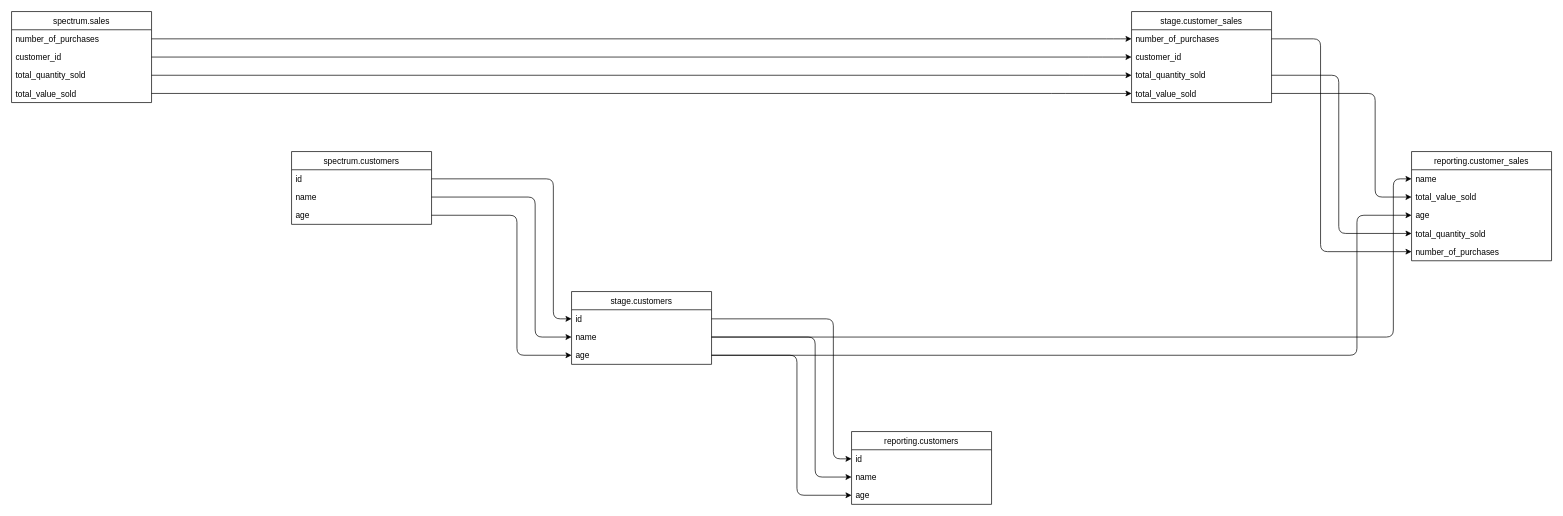
The draw.io diagram outputs/output.drawio in domherriott/sqlinks, before the edit. Source tidied: cells renumbered, new cells numbered last; positions are measured from the earlier drawing's top-left corner, leaving out a move shared by most shapes. Both pictures are drawn from the tidied source at 70%, with x=0, y=0 at pixel (11, 11).
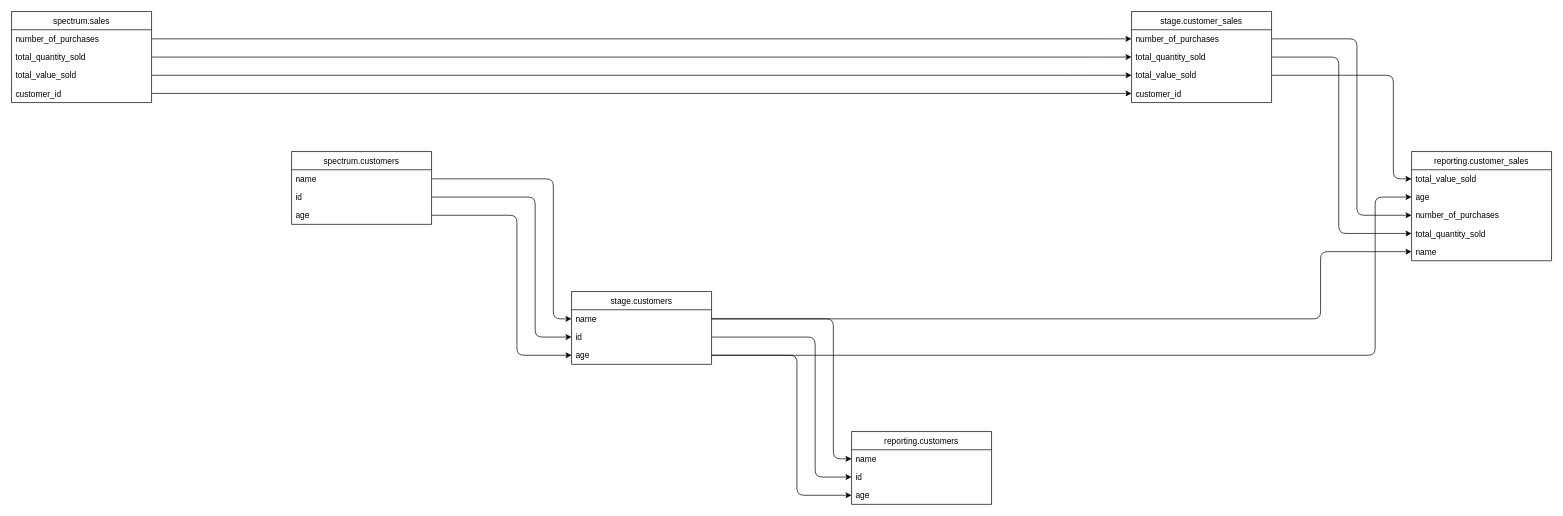
Above is the later version.

The change refers to these unchanged cells:
```xml
<mxCell id="2" value="reporting.customers" style="swimlane;fontStyle=0;horizontal=1;startSize=26;fillColor=none;" parent="1" vertex="1">
  <mxGeometry x="1200" y="600" width="200" height="104" as="geometry" />
</mxCell>
<mxCell id="9" value="stage.customers" style="swimlane;fontStyle=0;horizontal=1;startSize=26;fillColor=none;" parent="1" vertex="1">
  <mxGeometry x="800" y="400" width="200" height="104" as="geometry" />
</mxCell>
<mxCell id="14" value="age" style="text;strokeColor=none;fillColor=none;align=left;verticalAlign=top;spacingLeft=4;spacingRight=4;overflow=hidden;points=[[0,0.5],[1,0.5]];portConstraint=eastwest;" parent="9" vertex="1">
  <mxGeometry y="78" width="200" height="26" as="geometry" />
</mxCell>
<mxCell id="16" value="stage.customer_sales" style="swimlane;fontStyle=0;horizontal=1;startSize=26;fillColor=none;" parent="1" vertex="1">
  <mxGeometry x="1600" width="200" height="130" as="geometry" />
</mxCell>
<mxCell id="17" value="number_of_purchases" style="text;strokeColor=none;fillColor=none;align=left;verticalAlign=top;spacingLeft=4;spacingRight=4;overflow=hidden;points=[[0,0.5],[1,0.5]];portConstraint=eastwest;" parent="16" vertex="1">
  <mxGeometry y="26" width="200" height="26" as="geometry" />
</mxCell>
<mxCell id="25" value="spectrum.sales" style="swimlane;fontStyle=0;horizontal=1;startSize=26;fillColor=none;" parent="1" vertex="1">
  <mxGeometry width="200" height="130" as="geometry" />
</mxCell>
<mxCell id="30" value="spectrum.customers" style="swimlane;fontStyle=0;horizontal=1;startSize=26;fillColor=none;" parent="1" vertex="1">
  <mxGeometry x="400" y="200" width="200" height="104" as="geometry" />
</mxCell>
<mxCell id="34" value="reporting.customer_sales" style="swimlane;fontStyle=0;horizontal=1;startSize=26;fillColor=none;" parent="1" vertex="1">
  <mxGeometry x="2000" y="200" width="200" height="156" as="geometry" />
</mxCell>
<mxCell id="41" value="total_quantity_sold" style="text;strokeColor=none;fillColor=none;align=left;verticalAlign=top;spacingLeft=4;spacingRight=4;overflow=hidden;points=[[0,0.5],[1,0.5]];portConstraint=eastwest;" parent="34" vertex="1">
  <mxGeometry y="104" width="200" height="26" as="geometry" />
</mxCell>
```

Diff of the diagram source:
```diff
@@
-    <mxCell id="3" value="id" style="text;strokeColor=none;fillColor=none;align=left;verticalAlign=top;spacingLeft=4;spacingRight=4;overflow=hidden;points=[[0,0.5],[1,0.5]];portConstraint=eastwest;" parent="2" vertex="1">
+    <mxCell id="3" value="name" style="text;strokeColor=none;fillColor=none;align=left;verticalAlign=top;spacingLeft=4;spacingRight=4;overflow=hidden;points=[[0,0.5],[1,0.5]];portConstraint=eastwest;" parent="2" vertex="1">
       <mxGeometry y="26" width="200" height="26" as="geometry" />
     </mxCell>
@@
-    <mxCell id="5" value="name" style="text;strokeColor=none;fillColor=none;align=left;verticalAlign=top;spacingLeft=4;spacingRight=4;overflow=hidden;points=[[0,0.5],[1,0.5]];portConstraint=eastwest;" parent="2" vertex="1">
+    <mxCell id="5" value="id" style="text;strokeColor=none;fillColor=none;align=left;verticalAlign=top;spacingLeft=4;spacingRight=4;overflow=hidden;points=[[0,0.5],[1,0.5]];portConstraint=eastwest;" parent="2" vertex="1">
       <mxGeometry y="52" width="200" height="26" as="geometry" />
     </mxCell>
@@
-    <mxCell id="10" value="id" style="text;strokeColor=none;fillColor=none;align=left;verticalAlign=top;spacingLeft=4;spacingRight=4;overflow=hidden;points=[[0,0.5],[1,0.5]];portConstraint=eastwest;" parent="9" vertex="1">
+    <mxCell id="10" value="name" style="text;strokeColor=none;fillColor=none;align=left;verticalAlign=top;spacingLeft=4;spacingRight=4;overflow=hidden;points=[[0,0.5],[1,0.5]];portConstraint=eastwest;" parent="9" vertex="1">
       <mxGeometry y="26" width="200" height="26" as="geometry" />
     </mxCell>
@@
-    <mxCell id="12" value="name" style="text;strokeColor=none;fillColor=none;align=left;verticalAlign=top;spacingLeft=4;spacingRight=4;overflow=hidden;points=[[0,0.5],[1,0.5]];portConstraint=eastwest;" parent="9" vertex="1">
+    <mxCell id="12" value="id" style="text;strokeColor=none;fillColor=none;align=left;verticalAlign=top;spacingLeft=4;spacingRight=4;overflow=hidden;points=[[0,0.5],[1,0.5]];portConstraint=eastwest;" parent="9" vertex="1">
       <mxGeometry y="52" width="200" height="26" as="geometry" />
     </mxCell>
@@
-    <mxCell id="19" value="customer_id" style="text;strokeColor=none;fillColor=none;align=left;verticalAlign=top;spacingLeft=4;spacingRight=4;overflow=hidden;points=[[0,0.5],[1,0.5]];portConstraint=eastwest;" parent="16" vertex="1">
+    <mxCell id="19" value="total_quantity_sold" style="text;strokeColor=none;fillColor=none;align=left;verticalAlign=top;spacingLeft=4;spacingRight=4;overflow=hidden;points=[[0,0.5],[1,0.5]];portConstraint=eastwest;" parent="16" vertex="1">
       <mxGeometry y="52" width="200" height="26" as="geometry" />
     </mxCell>
@@
-    <mxCell id="21" value="total_quantity_sold" style="text;strokeColor=none;fillColor=none;align=left;verticalAlign=top;spacingLeft=4;spacingRight=4;overflow=hidden;points=[[0,0.5],[1,0.5]];portConstraint=eastwest;" parent="16" vertex="1">
+    <mxCell id="21" value="total_value_sold" style="text;strokeColor=none;fillColor=none;align=left;verticalAlign=top;spacingLeft=4;spacingRight=4;overflow=hidden;points=[[0,0.5],[1,0.5]];portConstraint=eastwest;" parent="16" vertex="1">
       <mxGeometry y="78" width="200" height="26" as="geometry" />
     </mxCell>
@@
-    <mxCell id="23" value="total_value_sold" style="text;strokeColor=none;fillColor=none;align=left;verticalAlign=top;spacingLeft=4;spacingRight=4;overflow=hidden;points=[[0,0.5],[1,0.5]];portConstraint=eastwest;" parent="16" vertex="1">
+    <mxCell id="23" value="customer_id" style="text;strokeColor=none;fillColor=none;align=left;verticalAlign=top;spacingLeft=4;spacingRight=4;overflow=hidden;points=[[0,0.5],[1,0.5]];portConstraint=eastwest;" parent="16" vertex="1">
       <mxGeometry y="104" width="200" height="26" as="geometry" />
     </mxCell>
@@
-    <mxCell id="27" value="customer_id" style="text;strokeColor=none;fillColor=none;align=left;verticalAlign=top;spacingLeft=4;spacingRight=4;overflow=hidden;points=[[0,0.5],[1,0.5]];portConstraint=eastwest;" parent="25" vertex="1">
+    <mxCell id="27" value="total_quantity_sold" style="text;strokeColor=none;fillColor=none;align=left;verticalAlign=top;spacingLeft=4;spacingRight=4;overflow=hidden;points=[[0,0.5],[1,0.5]];portConstraint=eastwest;" parent="25" vertex="1">
       <mxGeometry y="52" width="200" height="26" as="geometry" />
     </mxCell>
-    <mxCell id="28" value="total_quantity_sold" style="text;strokeColor=none;fillColor=none;align=left;verticalAlign=top;spacingLeft=4;spacingRight=4;overflow=hidden;points=[[0,0.5],[1,0.5]];portConstraint=eastwest;" parent="25" vertex="1">
+    <mxCell id="28" value="total_value_sold" style="text;strokeColor=none;fillColor=none;align=left;verticalAlign=top;spacingLeft=4;spacingRight=4;overflow=hidden;points=[[0,0.5],[1,0.5]];portConstraint=eastwest;" parent="25" vertex="1">
       <mxGeometry y="78" width="200" height="26" as="geometry" />
     </mxCell>
-    <mxCell id="29" value="total_value_sold" style="text;strokeColor=none;fillColor=none;align=left;verticalAlign=top;spacingLeft=4;spacingRight=4;overflow=hidden;points=[[0,0.5],[1,0.5]];portConstraint=eastwest;" parent="25" vertex="1">
+    <mxCell id="29" value="customer_id" style="text;strokeColor=none;fillColor=none;align=left;verticalAlign=top;spacingLeft=4;spacingRight=4;overflow=hidden;points=[[0,0.5],[1,0.5]];portConstraint=eastwest;" parent="25" vertex="1">
       <mxGeometry y="104" width="200" height="26" as="geometry" />
     </mxCell>
@@
-    <mxCell id="31" value="id" style="text;strokeColor=none;fillColor=none;align=left;verticalAlign=top;spacingLeft=4;spacingRight=4;overflow=hidden;points=[[0,0.5],[1,0.5]];portConstraint=eastwest;" parent="30" vertex="1">
+    <mxCell id="31" value="name" style="text;strokeColor=none;fillColor=none;align=left;verticalAlign=top;spacingLeft=4;spacingRight=4;overflow=hidden;points=[[0,0.5],[1,0.5]];portConstraint=eastwest;" parent="30" vertex="1">
       <mxGeometry y="26" width="200" height="26" as="geometry" />
     </mxCell>
-    <mxCell id="32" value="name" style="text;strokeColor=none;fillColor=none;align=left;verticalAlign=top;spacingLeft=4;spacingRight=4;overflow=hidden;points=[[0,0.5],[1,0.5]];portConstraint=eastwest;" parent="30" vertex="1">
+    <mxCell id="32" value="id" style="text;strokeColor=none;fillColor=none;align=left;verticalAlign=top;spacingLeft=4;spacingRight=4;overflow=hidden;points=[[0,0.5],[1,0.5]];portConstraint=eastwest;" parent="30" vertex="1">
       <mxGeometry y="52" width="200" height="26" as="geometry" />
     </mxCell>
@@
-    <mxCell id="35" value="name" style="text;strokeColor=none;fillColor=none;align=left;verticalAlign=top;spacingLeft=4;spacingRight=4;overflow=hidden;points=[[0,0.5],[1,0.5]];portConstraint=eastwest;" parent="34" vertex="1">
+    <mxCell id="35" value="total_value_sold" style="text;strokeColor=none;fillColor=none;align=left;verticalAlign=top;spacingLeft=4;spacingRight=4;overflow=hidden;points=[[0,0.5],[1,0.5]];portConstraint=eastwest;" parent="34" vertex="1">
       <mxGeometry y="26" width="200" height="26" as="geometry" />
     </mxCell>
-    <mxCell id="36" style="edgeStyle=elbowEdgeStyle;elbow=horizontal;endArrow=classic;html=1;exitX=1;exitY=0.5;exitDx=0;exitDy=0;entryX=0;entryY=0.5;entryDx=0;entryDy=0;" parent="1" edge="1" source="12" target="35">
+    <mxCell id="36" style="edgeStyle=elbowEdgeStyle;elbow=horizontal;endArrow=classic;html=1;exitX=1;exitY=0.5;exitDx=0;exitDy=0;entryX=0;entryY=0.5;entryDx=0;entryDy=0;" parent="1" edge="1" source="21" target="35">
       <mxGeometry relative="1" as="geometry">
         <Array as="points">
           <mxPoint x="1974" y="226" />
         </Array>
       </mxGeometry>
     </mxCell>
-    <mxCell id="37" value="total_value_sold" style="text;strokeColor=none;fillColor=none;align=left;verticalAlign=top;spacingLeft=4;spacingRight=4;overflow=hidden;points=[[0,0.5],[1,0.5]];portConstraint=eastwest;" parent="34" vertex="1">
+    <mxCell id="37" value="age" style="text;strokeColor=none;fillColor=none;align=left;verticalAlign=top;spacingLeft=4;spacingRight=4;overflow=hidden;points=[[0,0.5],[1,0.5]];portConstraint=eastwest;" parent="34" vertex="1">
       <mxGeometry y="52" width="200" height="26" as="geometry" />
     </mxCell>
-    <mxCell id="38" style="edgeStyle=elbowEdgeStyle;elbow=horizontal;endArrow=classic;html=1;exitX=1;exitY=0.5;exitDx=0;exitDy=0;entryX=0;entryY=0.5;entryDx=0;entryDy=0;" parent="1" edge="1" source="23" target="37">
+    <mxCell id="38" style="edgeStyle=elbowEdgeStyle;elbow=horizontal;endArrow=classic;html=1;exitX=1;exitY=0.5;exitDx=0;exitDy=0;entryX=0;entryY=0.5;entryDx=0;entryDy=0;" parent="1" edge="1" source="14" target="37">
       <mxGeometry relative="1" as="geometry">
         <Array as="points">
           <mxPoint x="1948" y="252" />
         </Array>
       </mxGeometry>
     </mxCell>
-    <mxCell id="39" value="age" style="text;strokeColor=none;fillColor=none;align=left;verticalAlign=top;spacingLeft=4;spacingRight=4;overflow=hidden;points=[[0,0.5],[1,0.5]];portConstraint=eastwest;" parent="34" vertex="1">
+    <mxCell id="39" value="number_of_purchases" style="text;strokeColor=none;fillColor=none;align=left;verticalAlign=top;spacingLeft=4;spacingRight=4;overflow=hidden;points=[[0,0.5],[1,0.5]];portConstraint=eastwest;" parent="34" vertex="1">
       <mxGeometry y="78" width="200" height="26" as="geometry" />
     </mxCell>
-    <mxCell id="40" style="edgeStyle=elbowEdgeStyle;elbow=horizontal;endArrow=classic;html=1;exitX=1;exitY=0.5;exitDx=0;exitDy=0;entryX=0;entryY=0.5;entryDx=0;entryDy=0;" parent="1" edge="1" source="14" target="39">
+    <mxCell id="40" style="edgeStyle=elbowEdgeStyle;elbow=horizontal;endArrow=classic;html=1;exitX=1;exitY=0.5;exitDx=0;exitDy=0;entryX=0;entryY=0.5;entryDx=0;entryDy=0;" parent="1" edge="1" source="17" target="39">
       <mxGeometry relative="1" as="geometry">
         <Array as="points">
           <mxPoint x="1922" y="278" />
         </Array>
       </mxGeometry>
     </mxCell>
@@
-    <mxCell id="42" style="edgeStyle=elbowEdgeStyle;elbow=horizontal;endArrow=classic;html=1;exitX=1;exitY=0.5;exitDx=0;exitDy=0;entryX=0;entryY=0.5;entryDx=0;entryDy=0;" parent="1" edge="1" source="21" target="41">
+    <mxCell id="42" style="edgeStyle=elbowEdgeStyle;elbow=horizontal;endArrow=classic;html=1;exitX=1;exitY=0.5;exitDx=0;exitDy=0;entryX=0;entryY=0.5;entryDx=0;entryDy=0;" parent="1" edge="1" source="19" target="41">
       <mxGeometry relative="1" as="geometry">
         <Array as="points">
           <mxPoint x="1896" y="304" />
         </Array>
       </mxGeometry>
     </mxCell>
-    <mxCell id="43" value="number_of_purchases" style="text;strokeColor=none;fillColor=none;align=left;verticalAlign=top;spacingLeft=4;spacingRight=4;overflow=hidden;points=[[0,0.5],[1,0.5]];portConstraint=eastwest;" parent="34" vertex="1">
+    <mxCell id="43" value="name" style="text;strokeColor=none;fillColor=none;align=left;verticalAlign=top;spacingLeft=4;spacingRight=4;overflow=hidden;points=[[0,0.5],[1,0.5]];portConstraint=eastwest;" parent="34" vertex="1">
       <mxGeometry y="130" width="200" height="26" as="geometry" />
     </mxCell>
-    <mxCell id="44" style="edgeStyle=elbowEdgeStyle;elbow=horizontal;endArrow=classic;html=1;exitX=1;exitY=0.5;exitDx=0;exitDy=0;entryX=0;entryY=0.5;entryDx=0;entryDy=0;" parent="1" edge="1" source="17" target="43">
+    <mxCell id="44" style="edgeStyle=elbowEdgeStyle;elbow=horizontal;endArrow=classic;html=1;exitX=1;exitY=0.5;exitDx=0;exitDy=0;entryX=0;entryY=0.5;entryDx=0;entryDy=0;" parent="1" edge="1" source="10" target="43">
       <mxGeometry relative="1" as="geometry">
         <Array as="points">
           <mxPoint x="1870" y="330" />
         </Array>
       </mxGeometry>
     </mxCell>
```
